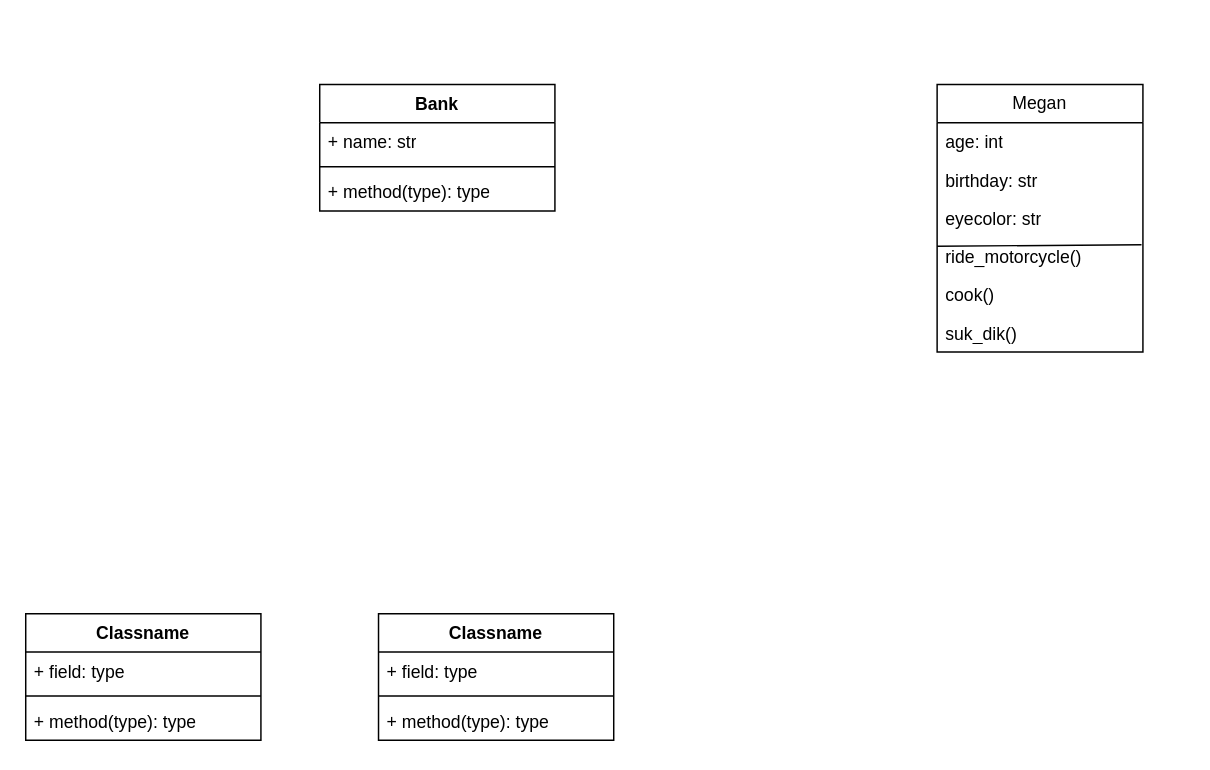
The draw.io diagram vought_banking_uml.drawio in Megatron5325/Vought_Banking, before the edit. Source tidied: cells renumbered, new cells numbered last; positions are measured from the earlier drawing's top-left corner, leaving out a move shared by most shapes. Both pictures are drawn from the tidied source at 147%, with x=0, y=0 at pixel (25, 84).
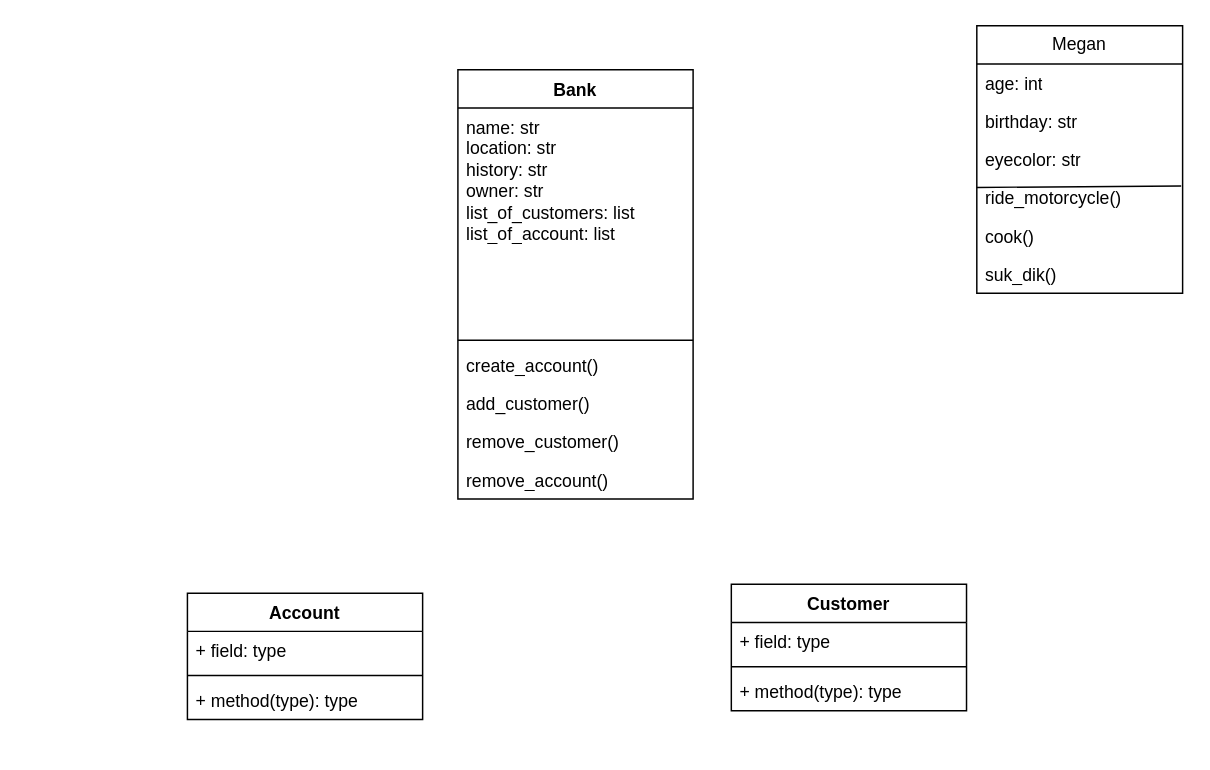
Above is the later version.

The edit, as a diff of the source:
```diff
@@
     <mxCell id="2" value="Megan" style="swimlane;fontStyle=0;horizontal=1;startSize=26;fillColor=none;whiteSpace=wrap;html=1;" parent="1" vertex="1">
-      <mxGeometry x="620" width="140" height="182" as="geometry" />
+      <mxGeometry x="647" y="-40" width="140" height="182" as="geometry" />
     </mxCell>
@@
     <mxCell id="10" value="Bank" style="swimlane;fontStyle=1;align=center;verticalAlign=top;horizontal=1;startSize=26;whiteSpace=wrap;html=1;" parent="1" vertex="1">
-      <mxGeometry x="200" width="160" height="86" as="geometry" />
+      <mxGeometry x="294" y="-10" width="160" height="292" as="geometry" />
     </mxCell>
-    <mxCell id="11" value="+ name: str" style="text;strokeColor=none;fillColor=none;align=left;verticalAlign=top;spacingLeft=4;spacingRight=4;overflow=hidden;whiteSpace=wrap;html=1;" parent="10" vertex="1">
-      <mxGeometry y="26" width="160" height="26" as="geometry" />
+    <mxCell id="11" value="name: str&lt;br&gt;location: str&lt;br&gt;history: str&lt;br&gt;owner: str&lt;br&gt;list_of_customers: list&lt;br&gt;list_of_account: list" style="text;strokeColor=none;fillColor=none;align=left;verticalAlign=top;spacingLeft=4;spacingRight=4;overflow=hidden;whiteSpace=wrap;html=1;" parent="10" vertex="1">
+      <mxGeometry y="26" width="160" height="154" as="geometry" />
     </mxCell>
     <mxCell id="12" style="line;strokeWidth=1;fillColor=none;align=left;verticalAlign=middle;spacingTop=-1;spacingLeft=3;spacingRight=3;labelPosition=right;strokeColor=inherit;" parent="10" vertex="1">
-      <mxGeometry y="52" width="160" height="8" as="geometry" />
+      <mxGeometry y="180" width="160" height="8" as="geometry" />
     </mxCell>
-    <mxCell id="13" value="+ method(type): type" style="text;strokeColor=none;fillColor=none;align=left;verticalAlign=top;spacingLeft=4;spacingRight=4;overflow=hidden;whiteSpace=wrap;html=1;" parent="10" vertex="1">
-      <mxGeometry y="60" width="160" height="26" as="geometry" />
+    <mxCell id="13" value="create_account()&lt;br&gt;" style="text;strokeColor=none;fillColor=none;align=left;verticalAlign=top;spacingLeft=4;spacingRight=4;overflow=hidden;whiteSpace=wrap;html=1;" parent="10" vertex="1">
+      <mxGeometry y="188" width="160" height="26" as="geometry" />
     </mxCell>
+    <mxCell id="22" value="add_customer()&lt;br&gt;&lt;br&gt;" style="text;strokeColor=none;fillColor=none;align=left;verticalAlign=top;spacingLeft=4;spacingRight=4;overflow=hidden;whiteSpace=wrap;html=1;" parent="10" vertex="1">
+      <mxGeometry y="214" width="160" height="26" as="geometry" />
+    </mxCell>
+    <mxCell id="23" value="remove_customer()" style="text;strokeColor=none;fillColor=none;align=left;verticalAlign=top;spacingLeft=4;spacingRight=4;overflow=hidden;whiteSpace=wrap;html=1;" parent="10" vertex="1">
+      <mxGeometry y="240" width="160" height="26" as="geometry" />
+    </mxCell>
+    <mxCell id="24" value="remove_account()" style="text;strokeColor=none;fillColor=none;align=left;verticalAlign=top;spacingLeft=4;spacingRight=4;overflow=hidden;whiteSpace=wrap;html=1;" parent="10" vertex="1">
+      <mxGeometry y="266" width="160" height="26" as="geometry" />
+    </mxCell>
-    <mxCell id="14" value="Classname" style="swimlane;fontStyle=1;align=center;verticalAlign=top;horizontal=1;startSize=26;whiteSpace=wrap;html=1;" parent="1" vertex="1">
-      <mxGeometry y="360" width="160" height="86" as="geometry" />
+    <mxCell id="14" value="Account" style="swimlane;fontStyle=1;align=center;verticalAlign=top;horizontal=1;startSize=26;whiteSpace=wrap;html=1;" parent="1" vertex="1">
+      <mxGeometry x="110" y="346" width="160" height="86" as="geometry" />
     </mxCell>
@@
-    <mxCell id="18" value="Classname" style="swimlane;fontStyle=1;align=center;verticalAlign=top;horizontal=1;startSize=26;whiteSpace=wrap;html=1;" parent="1" vertex="1">
-      <mxGeometry x="240" y="360" width="160" height="86" as="geometry" />
+    <mxCell id="18" value="Customer" style="swimlane;fontStyle=1;align=center;verticalAlign=top;horizontal=1;startSize=26;whiteSpace=wrap;html=1;" parent="1" vertex="1">
+      <mxGeometry x="480" y="340" width="160" height="86" as="geometry" />
     </mxCell>
```
